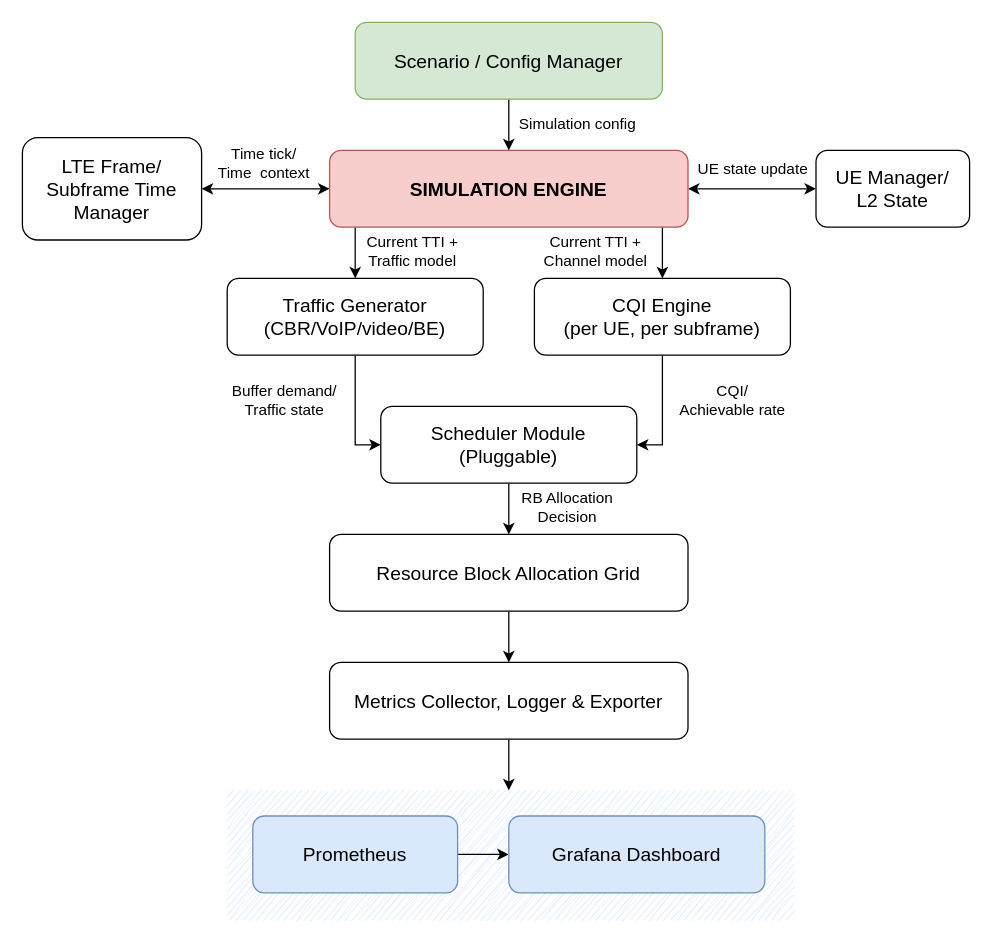
This is Untitled Diagram.drawio from Graduation-Project-VHT/Diagrams, a draw.io file, before an edit. Source tidied: cells renumbered, new cells numbered last; positions are measured from the earlier drawing's top-left corner, leaving out a move shared by most shapes. Both pictures are drawn from the tidied source at 128%, with x=0, y=0 at pixel (22, 22).
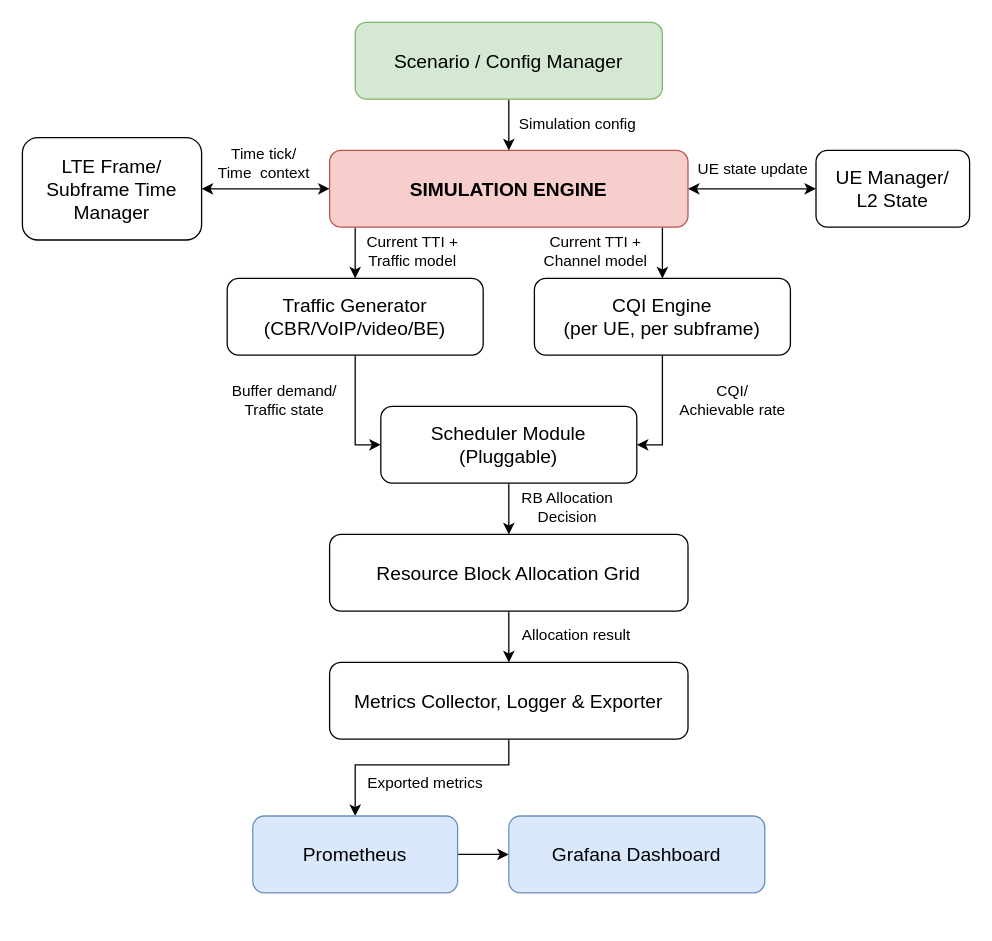
The same diagram, later.

The change refers to these unchanged cells:
```xml
<mxCell id="19" value="Metrics Collector, Logger &amp;amp; Exporter" style="rounded=1;whiteSpace=wrap;html=1;fontSize=15;" parent="1" vertex="1">
  <mxGeometry x="240" y="500" width="280" height="60" as="geometry" />
</mxCell>
<mxCell id="21" value="Prometheus" style="rounded=1;whiteSpace=wrap;html=1;fontSize=15;fillColor=#dae8fc;strokeColor=#6c8ebf;" parent="1" vertex="1">
  <mxGeometry x="180" y="620" width="160" height="60" as="geometry" />
</mxCell>
```

Diff of the diagram source:
```diff
@@
-    <mxCell id="2" style="rounded=0;whiteSpace=wrap;html=1;fillColor=#dae8fc;strokeColor=none;gradientColor=none;glass=0;sketch=1;curveFitting=1;jiggle=2;" parent="1" vertex="1">
-      <mxGeometry x="160" y="600" width="440" height="100" as="geometry" />
-    </mxCell>
@@
-    <mxCell id="18" style="edgeStyle=orthogonalEdgeStyle;rounded=0;jettySize=auto;html=1;entryX=0.5;entryY=0;entryDx=0;entryDy=0;" parent="1" edge="1" source="19" target="2">
-      <mxGeometry relative="1" as="geometry" />
+    <mxCell id="18" style="edgeStyle=orthogonalEdgeStyle;rounded=0;jettySize=auto;html=1;entryX=0.5;entryY=0;entryDx=0;entryDy=0;" parent="1" edge="1" source="19" target="21">
+      <mxGeometry relative="1" as="geometry">
+        <Array as="points">
+          <mxPoint x="380" y="580" />
+          <mxPoint x="260" y="580" />
+        </Array>
+      </mxGeometry>
     </mxCell>
@@
+    <mxCell id="33" value="Allocation result" style="text;html=1;whiteSpace=wrap;strokeColor=none;fillColor=none;align=center;verticalAlign=middle;rounded=0;" parent="1" vertex="1">
+      <mxGeometry x="388" y="464" width="90" height="30" as="geometry" />
+    </mxCell>
+    <mxCell id="34" value="Exported metrics" style="text;html=1;whiteSpace=wrap;strokeColor=none;fillColor=none;align=center;verticalAlign=middle;rounded=0;" parent="1" vertex="1">
+      <mxGeometry x="260" y="580" width="110" height="30" as="geometry" />
+    </mxCell>
```
